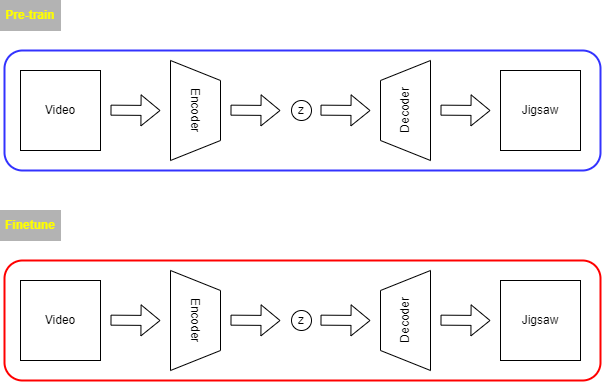
Earlier version of the draw.io export explain using only draw.png (Kyoungrae-Noh/Self-Supervised-Learning). Source tidied: cells renumbered, new cells last; positions are measured from the earlier drawing's top-left corner, leaving out a move shared by most shapes.
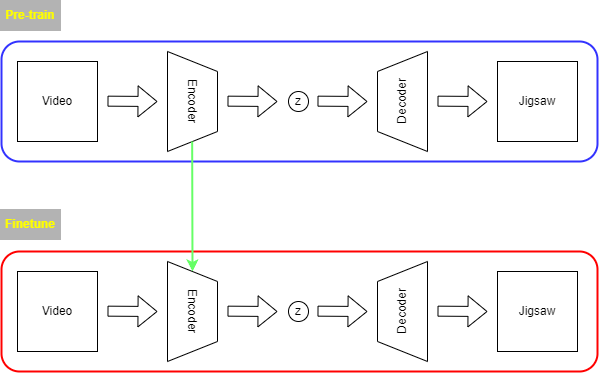
The same file after the commit.

The edit, as a diff of the source:
```diff
@@ -3,10 +3,10 @@
     <mxCell id="0" />
     <mxCell id="1" parent="0" />
     <mxCell id="2" value="&lt;b&gt;&lt;font color=&quot;#ffff00&quot;&gt;Pre-train&lt;/font&gt;&lt;/b&gt;" style="rounded=0;whiteSpace=wrap;html=1;fillColor=#B3B3B3;strokeColor=#B3B3B3;" parent="1" vertex="1">
-      <mxGeometry width="60" height="30" as="geometry" />
+      <mxGeometry x="3" y="9" width="60" height="30" as="geometry" />
     </mxCell>
     <mxCell id="3" value="&lt;b&gt;&lt;font color=&quot;#ffff00&quot;&gt;Finetune&lt;/font&gt;&lt;/b&gt;" style="rounded=0;whiteSpace=wrap;html=1;fillColor=#B3B3B3;strokeColor=#B3B3B3;" parent="1" vertex="1">
-      <mxGeometry y="210" width="60" height="30" as="geometry" />
+      <mxGeometry x="3" y="218" width="60" height="30" as="geometry" />
     </mxCell>
     <mxCell id="4" style="rounded=1;whiteSpace=wrap;html=1;strokeColor=#3333FF;fontColor=#FFFF00;fillColor=none;strokeWidth=2;" parent="1" vertex="1">
       <mxGeometry x="4" y="50" width="596" height="120" as="geometry" />
@@ -92,5 +92,10 @@
     <mxCell id="23" value="&lt;font color=&quot;#000000&quot;&gt;Jigsaw&lt;/font&gt;" style="whiteSpace=wrap;html=1;strokeColor=#000000;fontColor=#FFFF00;fillColor=#FFFFFF;" parent="1" vertex="1">
       <mxGeometry x="500" y="280" width="80" height="80" as="geometry" />
     </mxCell>
+    <mxCell id="24" style="endArrow=classic;html=1;rounded=0;fontColor=#000000;entryX=0;entryY=0.5;entryDx=0;entryDy=0;strokeColor=#66FF66;strokeWidth=2;" parent="1" edge="1" target="17">
+      <mxGeometry relative="1" as="geometry">
+        <mxPoint x="194.7" y="150" as="sourcePoint" />
+      </mxGeometry>
+    </mxCell>
   </root>
 </mxGraphModel>
```
